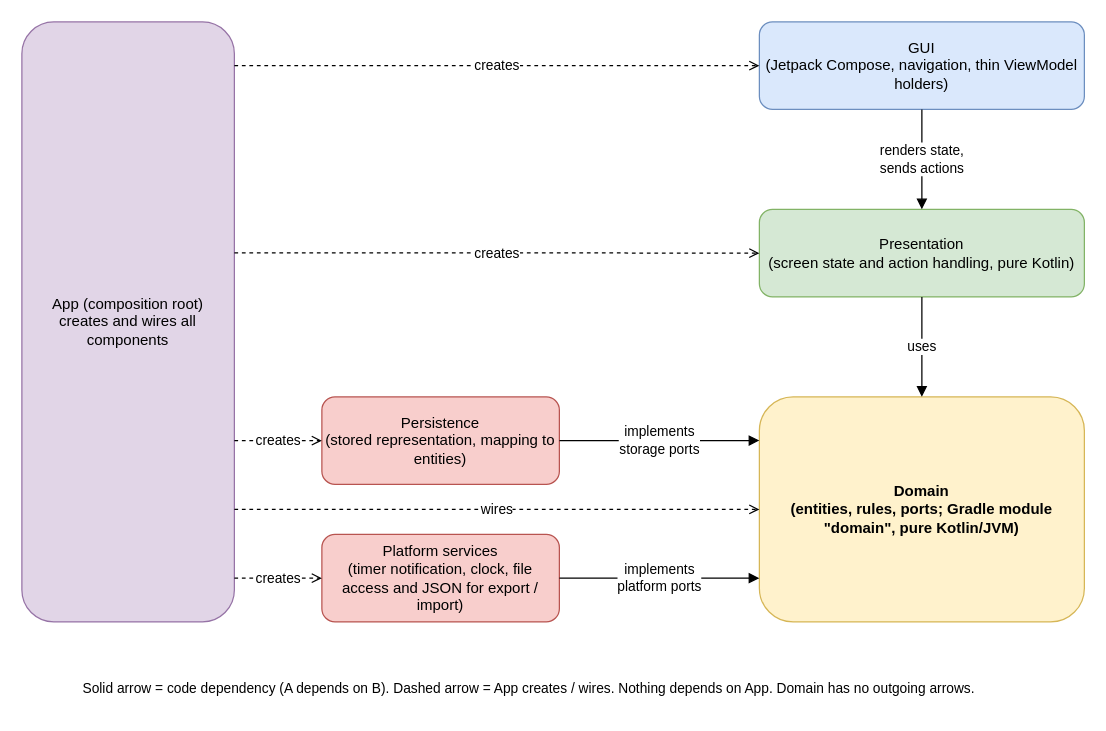
The draw.io diagram docs/diagrams/components.drawio in Qbisiek/habbit-tracker, before the edit. Source tidied: cells renumbered, new cells numbered last; positions are measured from the earlier drawing's top-left corner, leaving out a move shared by most shapes. Both pictures are drawn from the tidied source at 125%, with x=0, y=0 at pixel (21, 21).
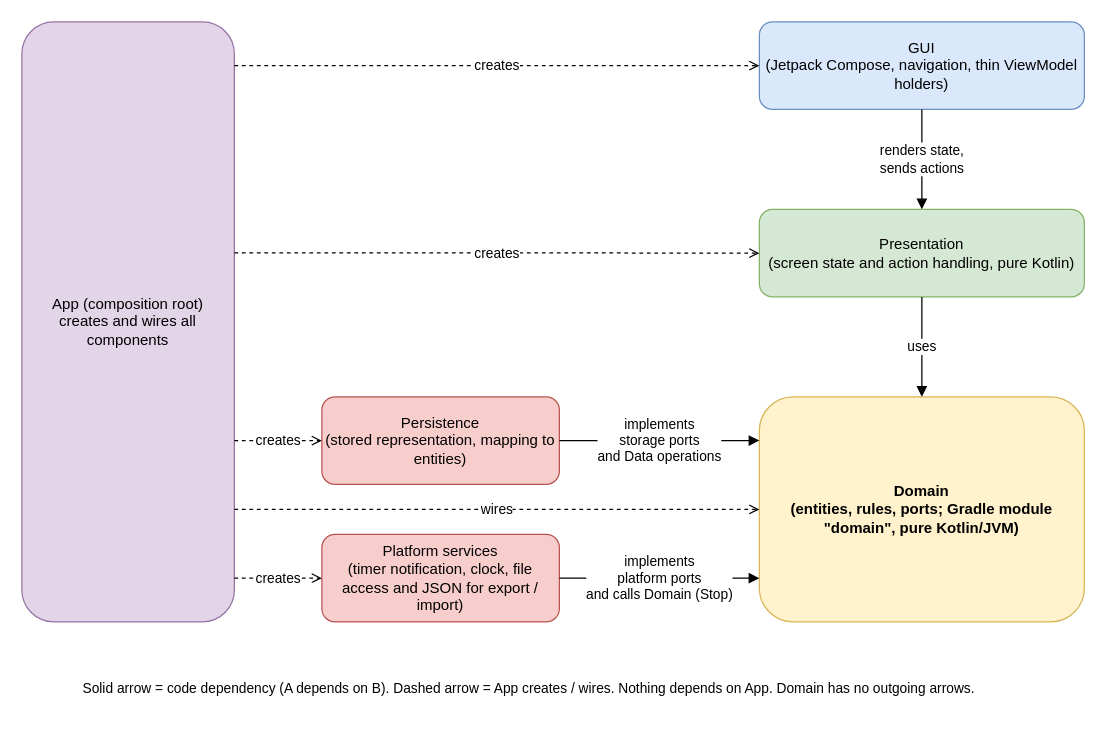
The same page after the edit.

Diff of the diagram source:
```diff
@@
 <mxGraphModel>
   <root>
     <mxCell id="0" />
     <mxCell id="1" parent="0" />
     <mxCell id="2" value="App (composition root)&#10;creates and wires all components" style="rounded=1;whiteSpace=wrap;html=1;fillColor=#e1d5e7;strokeColor=#9673a6;" parent="1" vertex="1">
       <mxGeometry width="170" height="480" as="geometry" />
     </mxCell>
     <mxCell id="3" value="GUI&#10;(Jetpack Compose, navigation, thin ViewModel holders)" style="rounded=1;whiteSpace=wrap;html=1;fillColor=#dae8fc;strokeColor=#6c8ebf;" parent="1" vertex="1">
       <mxGeometry x="590" width="260" height="70" as="geometry" />
     </mxCell>
     <mxCell id="4" value="Presentation&#10;(screen state and action handling, pure Kotlin)" style="rounded=1;whiteSpace=wrap;html=1;fillColor=#d5e8d4;strokeColor=#82b366;" parent="1" vertex="1">
       <mxGeometry x="590" y="150" width="260" height="70" as="geometry" />
     </mxCell>
     <mxCell id="5" value="Domain&#10;(entities, rules, ports; Gradle module &quot;domain&quot;, pure Kotlin/JVM)" style="rounded=1;whiteSpace=wrap;html=1;fillColor=#fff2cc;strokeColor=#d6b656;fontStyle=1;" parent="1" vertex="1">
       <mxGeometry x="590" y="300" width="260" height="180" as="geometry" />
     </mxCell>
     <mxCell id="6" value="Persistence&#10;(stored representation, mapping to entities)" style="rounded=1;whiteSpace=wrap;html=1;fillColor=#f8cecc;strokeColor=#b85450;" parent="1" vertex="1">
       <mxGeometry x="240" y="300" width="190" height="70" as="geometry" />
     </mxCell>
     <mxCell id="7" value="Platform services&#10;(timer notification, clock, file access and JSON for export / import)" style="rounded=1;whiteSpace=wrap;html=1;fillColor=#f8cecc;strokeColor=#b85450;" parent="1" vertex="1">
       <mxGeometry x="240" y="410" width="190" height="70" as="geometry" />
     </mxCell>
     <mxCell id="8" value="renders state,&#10;sends actions" style="endArrow=block;html=1;edgeStyle=orthogonalEdgeStyle;" parent="1" edge="1" source="3" target="4">
       <mxGeometry relative="1" as="geometry" />
     </mxCell>
     <mxCell id="9" value="uses" style="endArrow=block;html=1;edgeStyle=orthogonalEdgeStyle;" parent="1" edge="1" source="4" target="5">
       <mxGeometry relative="1" as="geometry" />
     </mxCell>
-    <mxCell id="10" value="implements&#10;storage ports" style="endArrow=block;html=1;edgeStyle=orthogonalEdgeStyle;exitX=1;exitY=0.5;exitDx=0;exitDy=0;entryX=0;entryY=0.194;entryDx=0;entryDy=0;entryPerimeter=0;" parent="1" edge="1" source="6" target="5">
+    <mxCell id="10" value="implements&#10;storage ports&#10;and Data operations" style="endArrow=block;html=1;edgeStyle=orthogonalEdgeStyle;exitX=1;exitY=0.5;exitDx=0;exitDy=0;entryX=0;entryY=0.194;entryDx=0;entryDy=0;entryPerimeter=0;" parent="1" edge="1" source="6" target="5">
       <mxGeometry relative="1" as="geometry" />
     </mxCell>
-    <mxCell id="11" value="implements&#10;platform ports" style="endArrow=block;html=1;edgeStyle=orthogonalEdgeStyle;exitX=1;exitY=0.5;exitDx=0;exitDy=0;entryX=0;entryY=0.806;entryDx=0;entryDy=0;entryPerimeter=0;" parent="1" edge="1" source="7" target="5">
+    <mxCell id="11" value="implements&#10;platform ports&#10;and calls Domain (Stop)" style="endArrow=block;html=1;edgeStyle=orthogonalEdgeStyle;exitX=1;exitY=0.5;exitDx=0;exitDy=0;entryX=0;entryY=0.806;entryDx=0;entryDy=0;entryPerimeter=0;" parent="1" edge="1" source="7" target="5">
       <mxGeometry relative="1" as="geometry" />
     </mxCell>
     <mxCell id="12" value="creates" style="endArrow=open;dashed=1;html=1;edgeStyle=orthogonalEdgeStyle;exitX=1;exitY=0.073;exitDx=0;exitDy=0;exitPerimeter=0;entryX=0;entryY=0.5;entryDx=0;entryDy=0;" parent="1" edge="1" source="2" target="3">
       <mxGeometry relative="1" as="geometry" />
     </mxCell>
     <mxCell id="13" value="creates" style="endArrow=open;dashed=1;html=1;edgeStyle=orthogonalEdgeStyle;exitX=1;exitY=0.385;exitDx=0;exitDy=0;exitPerimeter=0;entryX=0;entryY=0.5;entryDx=0;entryDy=0;" parent="1" edge="1" source="2" target="4">
       <mxGeometry relative="1" as="geometry" />
     </mxCell>
     <mxCell id="14" value="wires" style="endArrow=open;dashed=1;html=1;edgeStyle=orthogonalEdgeStyle;exitX=1;exitY=0.8125;exitDx=0;exitDy=0;exitPerimeter=0;entryX=0;entryY=0.5;entryDx=0;entryDy=0;" parent="1" edge="1" source="2" target="5">
       <mxGeometry relative="1" as="geometry" />
     </mxCell>
     <mxCell id="15" value="creates" style="endArrow=open;dashed=1;html=1;edgeStyle=orthogonalEdgeStyle;exitX=1;exitY=0.698;exitDx=0;exitDy=0;exitPerimeter=0;entryX=0;entryY=0.5;entryDx=0;entryDy=0;" parent="1" edge="1" source="2" target="6">
       <mxGeometry relative="1" as="geometry" />
     </mxCell>
     <mxCell id="16" value="creates" style="endArrow=open;dashed=1;html=1;edgeStyle=orthogonalEdgeStyle;exitX=1;exitY=0.927;exitDx=0;exitDy=0;exitPerimeter=0;entryX=0;entryY=0.5;entryDx=0;entryDy=0;" parent="1" edge="1" source="2" target="7">
       <mxGeometry relative="1" as="geometry" />
     </mxCell>
     <mxCell id="17" value="Solid arrow = code dependency (A depends on B). Dashed arrow = App creates / wires. Nothing depends on App. Domain has no outgoing arrows." style="text;html=1;whiteSpace=wrap;align=left;fontSize=11;" parent="1" vertex="1">
       <mxGeometry x="47" y="520" width="760" height="30" as="geometry" />
     </mxCell>
   </root>
 </mxGraphModel>
```
